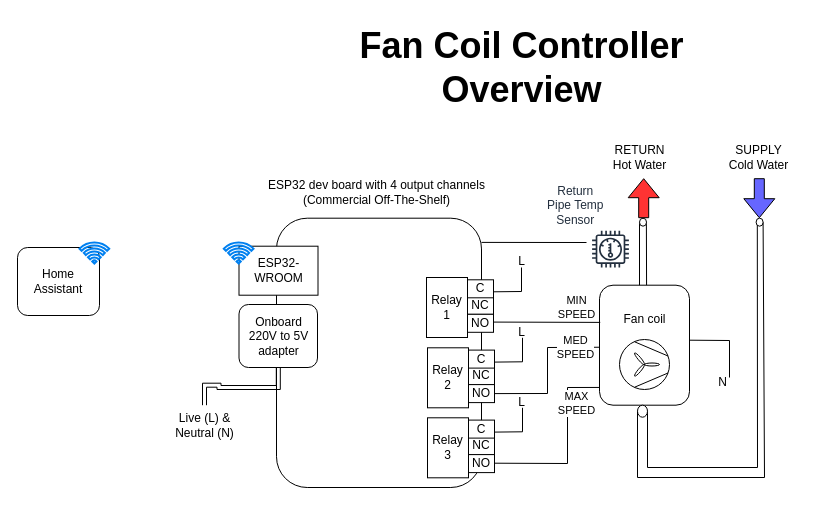
Above: images/overview.drawio in f18m/esphome-fancoil-controller (draw.io), before the change. Source tidied: cells renumbered, new cells numbered last; positions are measured from the earlier drawing's top-left corner, leaving out a move shared by most shapes. Both pictures are drawn from the tidied source at 100%, with x=0, y=0 at pixel (17, 17).
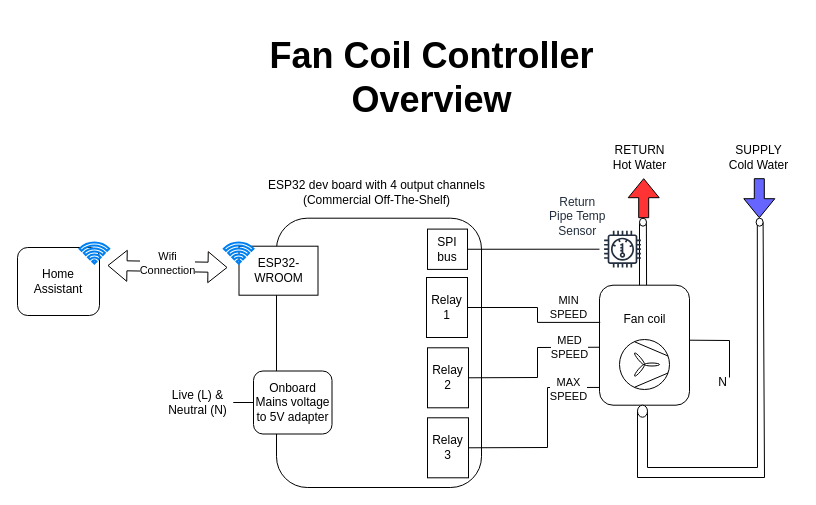
Above is the later version.

Unchanged cells that the change refers to:
```xml
<mxCell id="3" style="rounded=1;whiteSpace=wrap;html=1;" parent="1" vertex="1">
  <mxGeometry x="582" y="267.7" width="90" height="120" as="geometry" />
</mxCell>
<mxCell id="35" style="group;" parent="1" vertex="1">
  <mxGeometry x="409" y="259.7" width="67" height="60.3" as="geometry" />
</mxCell>
<mxCell id="41" value="Relay&lt;br&gt;1" style="rounded=0;whiteSpace=wrap;html=1;" parent="35" vertex="1">
  <mxGeometry y="0.3" width="41" height="60" as="geometry" />
</mxCell>
<mxCell id="42" style="group;" parent="1" vertex="1">
  <mxGeometry x="410" y="330" width="67" height="60.3" as="geometry" />
</mxCell>
<mxCell id="48" value="Relay&lt;br&gt;2" style="rounded=0;whiteSpace=wrap;html=1;" parent="42" vertex="1">
  <mxGeometry y="0.3" width="41" height="60" as="geometry" />
</mxCell>
<mxCell id="49" style="group;" parent="1" vertex="1">
  <mxGeometry x="410" y="400" width="67" height="60.3" as="geometry" />
</mxCell>
<mxCell id="55" value="Relay&lt;br&gt;3" style="rounded=0;whiteSpace=wrap;html=1;" parent="49" vertex="1">
  <mxGeometry y="0.3" width="41" height="60" as="geometry" />
</mxCell>
```

What changed in the source:
```diff
@@
     <mxCell id="4" value="&lt;font style=&quot;font-size: 36px;&quot;&gt;&lt;b&gt;Fan Coil Controller&lt;/b&gt;&lt;/font&gt;&lt;div&gt;&lt;font style=&quot;font-size: 36px;&quot;&gt;&lt;b&gt;Overview&lt;/b&gt;&lt;/font&gt;&lt;/div&gt;" style="text;html=1;align=center;verticalAlign=middle;strokeColor=none;fillColor=none;" parent="1" vertex="1">
-      <mxGeometry x="329" width="350" height="100" as="geometry" />
+      <mxGeometry x="238.7" y="10" width="350" height="100" as="geometry" />
     </mxCell>
-    <mxCell id="5" value="L" style="text;html=1;align=center;verticalAlign=middle;strokeColor=none;fillColor=none;" parent="1" vertex="1">
-      <mxGeometry x="489" y="229" width="30" height="30" as="geometry" />
-    </mxCell>
@@
-    <mxCell id="14" style="edgeStyle=orthogonalEdgeStyle;rounded=0;jettySize=auto;html=1;shape=link;" parent="1" edge="1" source="15" target="16">
+    <mxCell id="14" style="edgeStyle=orthogonalEdgeStyle;rounded=0;jettySize=auto;html=1;exitX=0;exitY=0.5;exitDx=0;exitDy=0;endArrow=none;endFill=0;" parent="1" edge="1" source="15" target="16">
       <mxGeometry relative="1" as="geometry" />
     </mxCell>
-    <mxCell id="15" value="Onboard&lt;br&gt;220V to 5V&lt;br&gt;adapter" style="rounded=1;whiteSpace=wrap;html=1;" parent="1" vertex="1">
-      <mxGeometry x="221.5" y="287" width="78.5" height="63" as="geometry" />
+    <mxCell id="15" value="Onboard&lt;br&gt;Mains voltage to 5V adapter" style="rounded=1;whiteSpace=wrap;html=1;" parent="1" vertex="1">
+      <mxGeometry x="236" y="353.5" width="78.5" height="63" as="geometry" />
     </mxCell>
     <mxCell id="16" value="Live (L) &amp;amp;&lt;br&gt;Neutral (N)" style="text;html=1;align=center;verticalAlign=middle;points=[];strokeColor=none;fillColor=none;" parent="1" vertex="1">
-      <mxGeometry x="147" y="387.7" width="80" height="40" as="geometry" />
+      <mxGeometry x="140" y="365" width="80" height="40" as="geometry" />
     </mxCell>
@@
-    <mxCell id="20" style="endArrow=none;html=1;rounded=0;exitX=0.983;exitY=0.432;exitDx=0;exitDy=0;entryX=0.008;entryY=0.31;entryDx=0;entryDy=0;entryPerimeter=0;exitPerimeter=0;" parent="1" edge="1" source="38" target="3">
-      <mxGeometry relative="1" as="geometry" />
+    <mxCell id="20" style="endArrow=none;html=1;rounded=0;exitX=1;exitY=0.5;exitDx=0;exitDy=0;entryX=0.008;entryY=0.31;entryDx=0;entryDy=0;entryPerimeter=0;edgeStyle=orthogonalEdgeStyle;" parent="1" edge="1" source="41" target="3">
+      <mxGeometry relative="1" as="geometry">
+        <Array as="points">
+          <mxPoint x="520" y="290" />
+          <mxPoint x="520" y="305" />
+        </Array>
+      </mxGeometry>
     </mxCell>
@@
-    <mxCell id="31" style="sketch=0;outlineConnect=0;fontColor=#232F3E;gradientColor=none;strokeColor=#232F3E;fillColor=#ffffff;dashed=0;verticalLabelPosition=bottom;verticalAlign=top;align=center;html=1;fontSize=12;fontStyle=0;shape=mxgraph.aws4.resourceIcon;resIcon=mxgraph.aws4.thermostat;" parent="1" vertex="1">
-      <mxGeometry x="570" y="208.7" width="46" height="46" as="geometry" />
+    <mxCell id="31" style="sketch=0;outlineConnect=0;fontColor=#232F3E;gradientColor=none;strokeColor=#232F3E;fillColor=none;dashed=0;verticalLabelPosition=bottom;verticalAlign=top;align=center;html=1;fontSize=12;fontStyle=0;shape=mxgraph.aws4.resourceIcon;resIcon=mxgraph.aws4.thermostat;" parent="1" vertex="1">
+      <mxGeometry x="582" y="208.7" width="46" height="46" as="geometry" />
     </mxCell>
     <mxCell id="32" value="&lt;div style=&quot;text-align: center;&quot;&gt;&lt;span style=&quot;background-color: transparent; text-wrap-mode: nowrap;&quot;&gt;&lt;font color=&quot;#232f3e&quot;&gt;Return&lt;/font&gt;&lt;/span&gt;&lt;/div&gt;&lt;div style=&quot;text-align: center;&quot;&gt;&lt;span style=&quot;background-color: transparent; text-wrap-mode: nowrap;&quot;&gt;&lt;font color=&quot;#232f3e&quot;&gt;Pipe Temp&lt;br&gt;Sensor&lt;/font&gt;&lt;/span&gt;&lt;/div&gt;" style="text;whiteSpace=wrap;html=1;" parent="1" vertex="1">
-      <mxGeometry x="528" y="160" width="72" height="54.3" as="geometry" />
+      <mxGeometry x="530" y="170.7" width="72" height="54.3" as="geometry" />
     </mxCell>
-    <mxCell id="33" style="endArrow=none;html=1;rounded=0;" parent="1" edge="1">
-      <mxGeometry relative="1" as="geometry">
-        <mxPoint x="464" y="224.9" as="sourcePoint" />
-        <mxPoint x="569" y="225" as="targetPoint" />
-      </mxGeometry>
+    <mxCell id="33" style="endArrow=none;html=1;rounded=0;exitX=1;exitY=0.5;exitDx=0;exitDy=0;" parent="1" edge="1" source="63" target="31">
+      <mxGeometry relative="1" as="geometry" />
     </mxCell>
@@
-    <mxCell id="36" style="group;" parent="35" vertex="1">
-      <mxGeometry x="41" width="26" height="54" as="geometry" />
-    </mxCell>
-    <mxCell id="37" value="NC" style="rounded=0;whiteSpace=wrap;html=1;" parent="36" vertex="1">
-      <mxGeometry y="19.1" width="26" height="18" as="geometry" />
-    </mxCell>
-    <mxCell id="38" value="NO" style="rounded=0;whiteSpace=wrap;html=1;" parent="36" vertex="1">
-      <mxGeometry y="37.1" width="26" height="18" as="geometry" />
-    </mxCell>
-    <mxCell id="39" value="C" style="rounded=0;whiteSpace=wrap;html=1;" parent="36" vertex="1">
-      <mxGeometry y="2.6" width="26" height="18" as="geometry" />
-    </mxCell>
-    <mxCell id="40" style="endArrow=none;html=1;rounded=0;exitX=1;exitY=0.5;exitDx=0;exitDy=0;" parent="36" edge="1">
-      <mxGeometry relative="1" as="geometry">
-        <mxPoint x="26" y="14.6" as="sourcePoint" />
-        <mxPoint x="54" y="-9.7" as="targetPoint" />
-        <Array as="points">
-          <mxPoint x="54" y="14.3" />
-        </Array>
-      </mxGeometry>
-    </mxCell>
@@
-    <mxCell id="43" style="group;" parent="42" vertex="1">
-      <mxGeometry x="41" width="26" height="54" as="geometry" />
-    </mxCell>
-    <mxCell id="44" value="NC" style="rounded=0;whiteSpace=wrap;html=1;" parent="43" vertex="1">
-      <mxGeometry y="19.1" width="26" height="18" as="geometry" />
-    </mxCell>
-    <mxCell id="45" value="NO" style="rounded=0;whiteSpace=wrap;html=1;" parent="43" vertex="1">
-      <mxGeometry y="37.1" width="26" height="18" as="geometry" />
-    </mxCell>
-    <mxCell id="46" value="C" style="rounded=0;whiteSpace=wrap;html=1;" parent="43" vertex="1">
-      <mxGeometry y="2.6" width="26" height="18" as="geometry" />
-    </mxCell>
-    <mxCell id="47" style="endArrow=none;html=1;rounded=0;exitX=1;exitY=0.5;exitDx=0;exitDy=0;" parent="43" edge="1">
-      <mxGeometry relative="1" as="geometry">
-        <mxPoint x="26" y="14.6" as="sourcePoint" />
-        <mxPoint x="54" y="-9.7" as="targetPoint" />
-        <Array as="points">
-          <mxPoint x="54" y="14.3" />
-        </Array>
-      </mxGeometry>
-    </mxCell>
@@
-    <mxCell id="50" style="group;" parent="49" vertex="1">
-      <mxGeometry x="41" width="26" height="54" as="geometry" />
-    </mxCell>
-    <mxCell id="51" value="NC" style="rounded=0;whiteSpace=wrap;html=1;" parent="50" vertex="1">
-      <mxGeometry y="19.1" width="26" height="18" as="geometry" />
-    </mxCell>
-    <mxCell id="52" value="NO" style="rounded=0;whiteSpace=wrap;html=1;" parent="50" vertex="1">
-      <mxGeometry y="37.1" width="26" height="18" as="geometry" />
-    </mxCell>
-    <mxCell id="53" value="C" style="rounded=0;whiteSpace=wrap;html=1;" parent="50" vertex="1">
-      <mxGeometry y="2.6" width="26" height="18" as="geometry" />
-    </mxCell>
-    <mxCell id="54" style="endArrow=none;html=1;rounded=0;exitX=1;exitY=0.5;exitDx=0;exitDy=0;" parent="50" edge="1">
-      <mxGeometry relative="1" as="geometry">
-        <mxPoint x="26" y="14.6" as="sourcePoint" />
-        <mxPoint x="54" y="-9.7" as="targetPoint" />
-        <Array as="points">
-          <mxPoint x="54" y="14.3" />
-        </Array>
-      </mxGeometry>
-    </mxCell>
@@
-    <mxCell id="56" value="L" style="text;html=1;align=center;verticalAlign=middle;strokeColor=none;fillColor=none;" parent="1" vertex="1">
-      <mxGeometry x="489" y="300" width="30" height="30" as="geometry" />
-    </mxCell>
-    <mxCell id="57" value="L" style="text;html=1;align=center;verticalAlign=middle;strokeColor=none;fillColor=none;" parent="1" vertex="1">
-      <mxGeometry x="489" y="370" width="30" height="30" as="geometry" />
-    </mxCell>
-    <mxCell id="58" style="endArrow=none;html=1;rounded=0;exitX=1;exitY=0.5;exitDx=0;exitDy=0;entryX=0;entryY=0.517;entryDx=0;entryDy=0;curved=0;entryPerimeter=0;" parent="1" edge="1" source="45" target="3">
+    <mxCell id="58" style="endArrow=none;html=1;rounded=0;exitX=1;exitY=0.5;exitDx=0;exitDy=0;entryX=0;entryY=0.517;entryDx=0;entryDy=0;curved=0;entryPerimeter=0;" parent="1" edge="1" source="48" target="3">
       <mxGeometry relative="1" as="geometry">
         <Array as="points">
-          <mxPoint x="530" y="376" />
-          <mxPoint x="530" y="330" />
+          <mxPoint x="520" y="360" />
+          <mxPoint x="520" y="330" />
         </Array>
       </mxGeometry>
     </mxCell>
     <mxCell id="59" value="MED&lt;br&gt;SPEED" style="edgeLabel;html=1;align=center;verticalAlign=middle;" parent="58" vertex="1">
       <mxGeometry x="0.58" y="1" relative="1" as="geometry">
-        <mxPoint x="8" y="1" as="offset" />
+        <mxPoint x="4" y="1" as="offset" />
       </mxGeometry>
     </mxCell>
-    <mxCell id="60" style="endArrow=none;html=1;rounded=0;exitX=1;exitY=0.5;exitDx=0;exitDy=0;entryX=-0.003;entryY=0.852;entryDx=0;entryDy=0;curved=0;entryPerimeter=0;" parent="1" edge="1" target="3">
+    <mxCell id="60" style="endArrow=none;html=1;rounded=0;exitX=1;exitY=0.5;exitDx=0;exitDy=0;entryX=-0.003;entryY=0.852;entryDx=0;entryDy=0;curved=0;entryPerimeter=0;" parent="1" edge="1" source="55" target="3">
       <mxGeometry relative="1" as="geometry">
-        <mxPoint x="477" y="445.7" as="sourcePoint" />
         <Array as="points">
-          <mxPoint x="550" y="446" />
-          <mxPoint x="550" y="370" />
+          <mxPoint x="530" y="430" />
+          <mxPoint x="530" y="370" />
         </Array>
       </mxGeometry>
     </mxCell>
     <mxCell id="61" value="MAX&lt;br&gt;SPEED" style="edgeLabel;html=1;align=center;verticalAlign=middle;" parent="60" vertex="1">
       <mxGeometry x="0.58" y="1" relative="1" as="geometry">
-        <mxPoint x="9" y="9" as="offset" />
+        <mxPoint x="9" y="3" as="offset" />
       </mxGeometry>
     </mxCell>
+    <mxCell id="62" style="group;" parent="1" vertex="1">
+      <mxGeometry x="411.7" y="208.7" width="67" height="60.3" as="geometry" />
+    </mxCell>
+    <mxCell id="63" value="SPI&lt;br&gt;bus" style="rounded=0;whiteSpace=wrap;html=1;" parent="62" vertex="1">
+      <mxGeometry x="-1.7" y="2.9" width="40" height="40.3" as="geometry" />
+    </mxCell>
+    <mxCell id="64" style="shape=flexArrow;endArrow=classic;startArrow=classic;html=1;rounded=0;" parent="1" edge="1">
+      <mxGeometry relative="1" as="geometry">
+        <mxPoint x="90" y="248" as="sourcePoint" />
+        <mxPoint x="210" y="250" as="targetPoint" />
+      </mxGeometry>
+    </mxCell>
+    <mxCell id="65" value="Wifi&lt;br&gt;Connection" style="edgeLabel;html=1;align=center;verticalAlign=middle;" parent="64" vertex="1">
+      <mxGeometry x="-0.11" y="2" relative="1" as="geometry">
+        <mxPoint x="6" y="-1" as="offset" />
+      </mxGeometry>
+    </mxCell>
```
